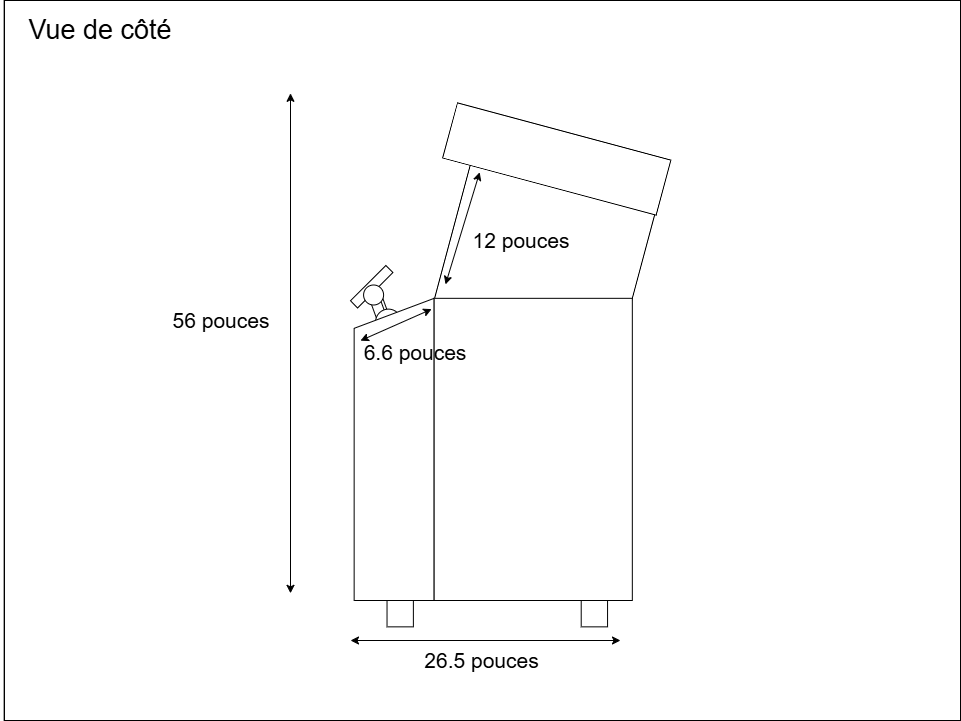
Before: technique/plan_implantation_02.drawio.png, a diagram exported from draw.io (deux-intelligence/deux-neurones). Source tidied: cells renumbered, new cells last; positions are measured from the earlier drawing's top-left corner, leaving out a move shared by most shapes.
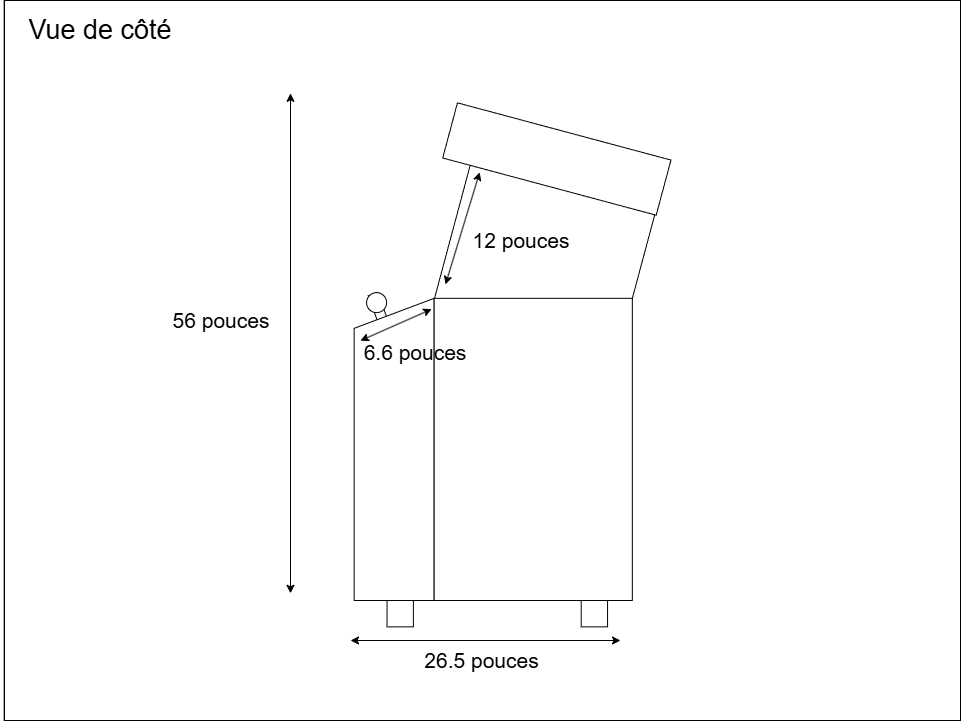
The same file after the commit.

The edit, as a diff of the source:
```diff
@@ -11,15 +11,6 @@
     <mxCell id="4" style="rounded=0;whiteSpace=wrap;html=1;rotation=15;direction=west;" parent="3" vertex="1">
       <mxGeometry x="442.2" y="179.3" width="191.1" height="174.1" as="geometry" />
     </mxCell>
-    <mxCell id="5" style="group;" parent="3" vertex="1">
-      <mxGeometry x="346.3" y="265" width="44.5" height="69.7" as="geometry" />
-    </mxCell>
-    <mxCell id="6" style="rounded=0;whiteSpace=wrap;html=1;rotation=-20;direction=south;" parent="5" vertex="1">
-      <mxGeometry x="26.2" y="19.5" width="10" height="50" as="geometry" />
-    </mxCell>
-    <mxCell id="7" style="rounded=0;whiteSpace=wrap;html=1;rotation=45;direction=south;" parent="5" vertex="1">
-      <mxGeometry x="16.2" y="-3.8" width="10" height="50" as="geometry" />
-    </mxCell>
     <mxCell id="8" style="rounded=0;whiteSpace=wrap;html=1;rotation=-20;direction=south;" parent="3" vertex="1">
       <mxGeometry x="372.4" y="292.1" width="10" height="50" as="geometry" />
     </mxCell>
@@ -32,9 +23,6 @@
     <mxCell id="11" style="ellipse;whiteSpace=wrap;html=1;" parent="3" vertex="1">
       <mxGeometry x="398.2" y="322.2" width="14.2" height="14.2" as="geometry" />
     </mxCell>
-    <mxCell id="12" style="ellipse;whiteSpace=wrap;html=1;" parent="3" vertex="1">
-      <mxGeometry x="371.4" y="308.6" width="25.7" height="25.7" as="geometry" />
-    </mxCell>
     <mxCell id="13" style="rounded=0;whiteSpace=wrap;html=1;rotation=15;" parent="3" vertex="1">
       <mxGeometry x="442.2" y="130" width="221" height="57.1" as="geometry" />
     </mxCell>
@@ -42,7 +30,7 @@
       <mxGeometry x="350" y="297.8" width="80" height="302.2" as="geometry" />
     </mxCell>
     <mxCell id="15" style="ellipse;whiteSpace=wrap;html=1;" parent="3" vertex="1">
-      <mxGeometry x="359.4" y="284.5" width="20" height="20" as="geometry" />
+      <mxGeometry x="362.4" y="292.1" width="20" height="20" as="geometry" />
     </mxCell>
     <mxCell id="16" style="rounded=0;whiteSpace=wrap;html=1;" parent="3" vertex="1">
       <mxGeometry x="430" y="297.8" width="198.2" height="302.2" as="geometry" />
```
